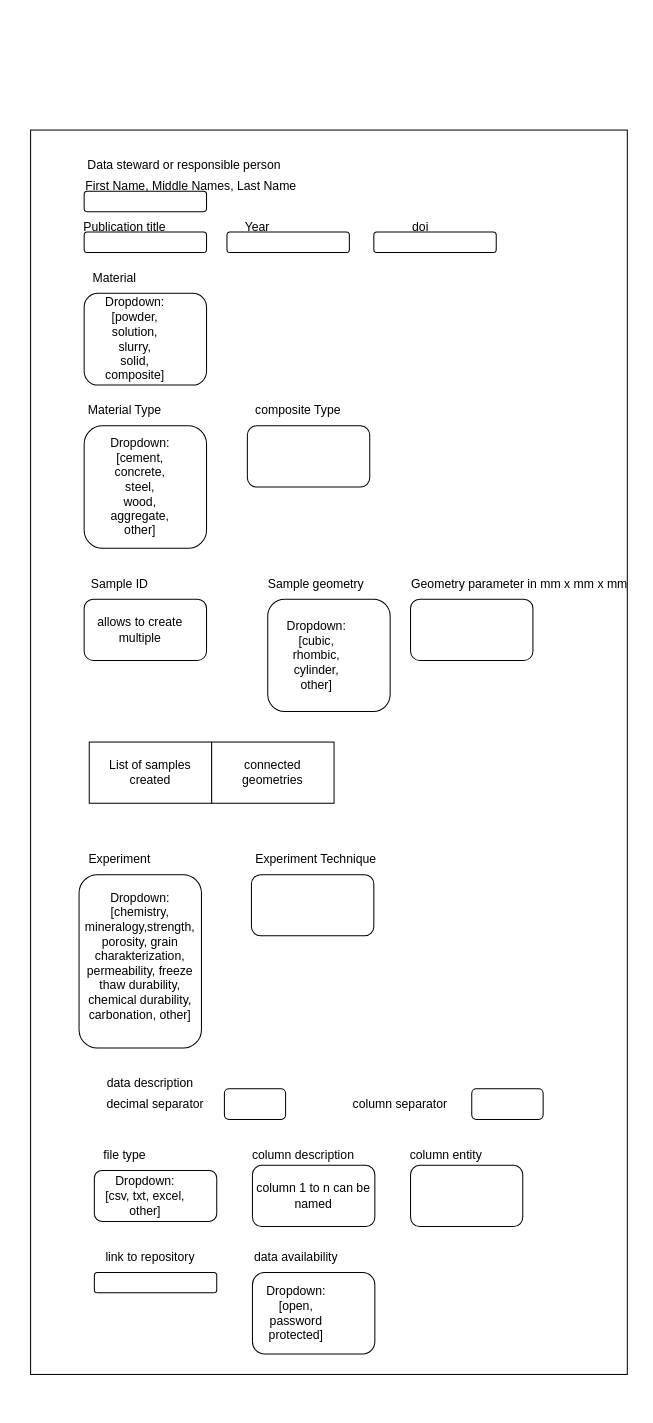
The draw.io diagram page "Seite-1" (1 of 2) of GUI_example.drawio in raviapatel/rilem_metadata_tool, before the edit. Source tidied: cells renumbered, new cells numbered last; positions are measured from the earlier drawing's top-left corner, leaving out a move shared by most shapes. Both pictures are drawn from the tidied source at 102%, with x=0, y=0 at pixel (31, 130).
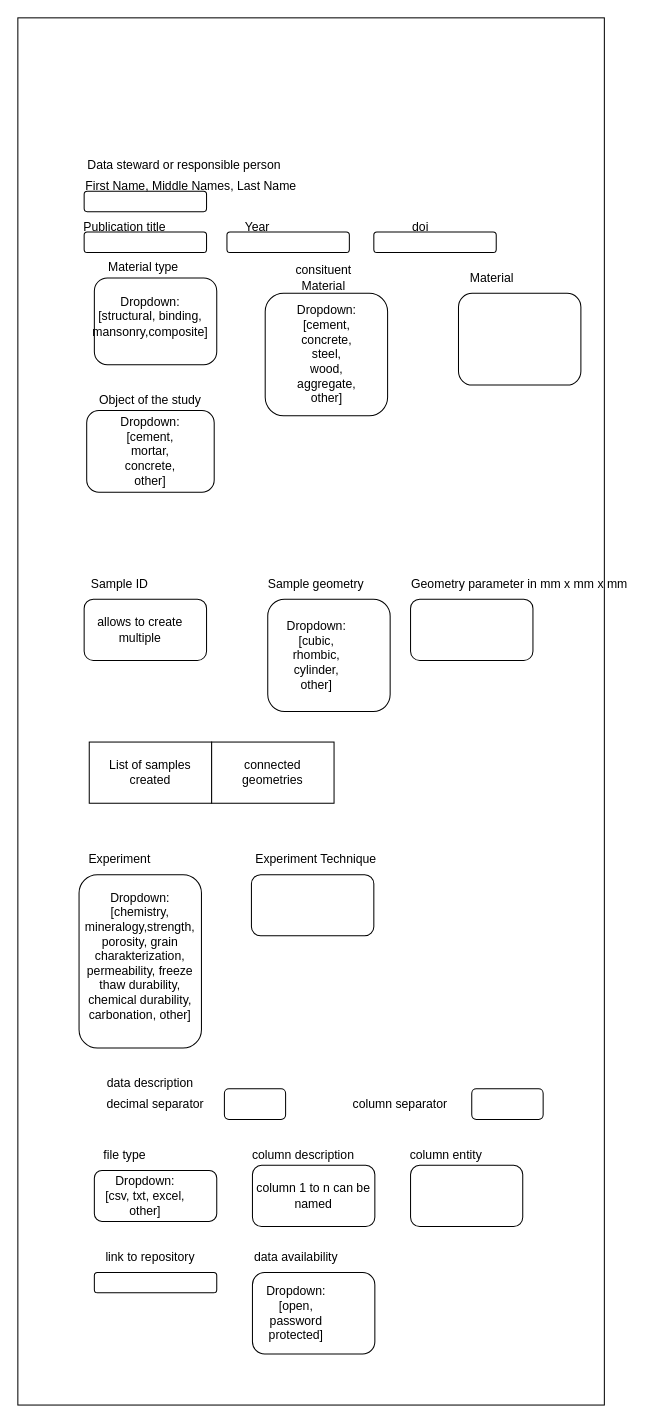
Above is the later version.

The edit, as a diff of the source:
```diff
@@
     <mxCell id="2" style="rounded=0;whiteSpace=wrap;html=1;" parent="1" vertex="1">
-      <mxGeometry x="-0.5" width="585" height="1220" as="geometry" />
+      <mxGeometry x="-13" y="-110" width="575" height="1360" as="geometry" />
     </mxCell>
@@
     <mxCell id="5" style="rounded=1;whiteSpace=wrap;html=1;" parent="1" vertex="1">
-      <mxGeometry x="52" y="160" width="120" height="90" as="geometry" />
+      <mxGeometry x="419" y="160" width="120" height="90" as="geometry" />
     </mxCell>
     <mxCell id="6" value="Material" style="text;html=1;align=center;verticalAlign=middle;whiteSpace=wrap;rounded=0;" parent="1" vertex="1">
-      <mxGeometry x="52" y="130" width="60" height="30" as="geometry" />
+      <mxGeometry x="422" y="130" width="60" height="30" as="geometry" />
     </mxCell>
-    <mxCell id="7" value="Dropdown:&lt;div&gt;[powder, solution, slurry, solid, composite]&lt;/div&gt;" style="text;html=1;align=center;verticalAlign=middle;whiteSpace=wrap;rounded=0;" parent="1" vertex="1">
-      <mxGeometry x="72" y="190" width="60" height="30" as="geometry" />
-    </mxCell>
     <mxCell id="8" style="rounded=1;whiteSpace=wrap;html=1;" parent="1" vertex="1">
-      <mxGeometry x="52" y="290" width="120" height="120" as="geometry" />
+      <mxGeometry x="229.5" y="160" width="120" height="120" as="geometry" />
     </mxCell>
@@
-    <mxCell id="16" value="Material Type" style="text;html=1;align=center;verticalAlign=middle;whiteSpace=wrap;rounded=0;" parent="1" vertex="1">
-      <mxGeometry x="47" y="260" width="90" height="30" as="geometry" />
+    <mxCell id="16" value="consituent Material" style="text;html=1;align=center;verticalAlign=middle;whiteSpace=wrap;rounded=0;" parent="1" vertex="1">
+      <mxGeometry x="242" y="130" width="90" height="30" as="geometry" />
     </mxCell>
     <mxCell id="17" value="Dropdown:&lt;div&gt;[cement, concrete, steel, wood, aggregate, other]&lt;/div&gt;" style="text;html=1;align=center;verticalAlign=middle;whiteSpace=wrap;rounded=0;" parent="1" vertex="1">
-      <mxGeometry x="77" y="335" width="60" height="30" as="geometry" />
+      <mxGeometry x="259.5" y="205" width="60" height="30" as="geometry" />
     </mxCell>
-    <mxCell id="18" value="composite Type" style="text;html=1;align=center;verticalAlign=middle;whiteSpace=wrap;rounded=0;" parent="1" vertex="1">
-      <mxGeometry x="212" y="260" width="100" height="30" as="geometry" />
+    <mxCell id="18" value="Material type&amp;nbsp;" style="text;html=1;align=center;verticalAlign=middle;whiteSpace=wrap;rounded=0;" parent="1" vertex="1">
+      <mxGeometry x="62" y="120" width="100" height="30" as="geometry" />
     </mxCell>
     <mxCell id="19" style="rounded=1;whiteSpace=wrap;html=1;" parent="1" vertex="1">
-      <mxGeometry x="212" y="290" width="120" height="60" as="geometry" />
+      <mxGeometry x="62" y="145" width="120" height="85" as="geometry" />
     </mxCell>
@@
+    <mxCell id="52" value="Object of the study" style="text;html=1;align=center;verticalAlign=middle;whiteSpace=wrap;rounded=0;" parent="1" vertex="1">
+      <mxGeometry x="57" y="250" width="120" height="30" as="geometry" />
+    </mxCell>
+    <mxCell id="53" style="rounded=1;whiteSpace=wrap;html=1;" parent="1" vertex="1">
+      <mxGeometry x="54.5" y="275" width="125" height="80" as="geometry" />
+    </mxCell>
+    <mxCell id="54" value="Dropdown: [cement, mortar, concrete, other]" style="text;html=1;align=center;verticalAlign=middle;whiteSpace=wrap;rounded=0;" parent="1" vertex="1">
+      <mxGeometry x="87" y="300" width="60" height="30" as="geometry" />
+    </mxCell>
+    <mxCell id="55" value="Dropdown: [structural, binding, mansonry,composite]" style="text;html=1;align=center;verticalAlign=middle;whiteSpace=wrap;rounded=0;" parent="1" vertex="1">
+      <mxGeometry x="87" y="167.5" width="60" height="30" as="geometry" />
+    </mxCell>
```
